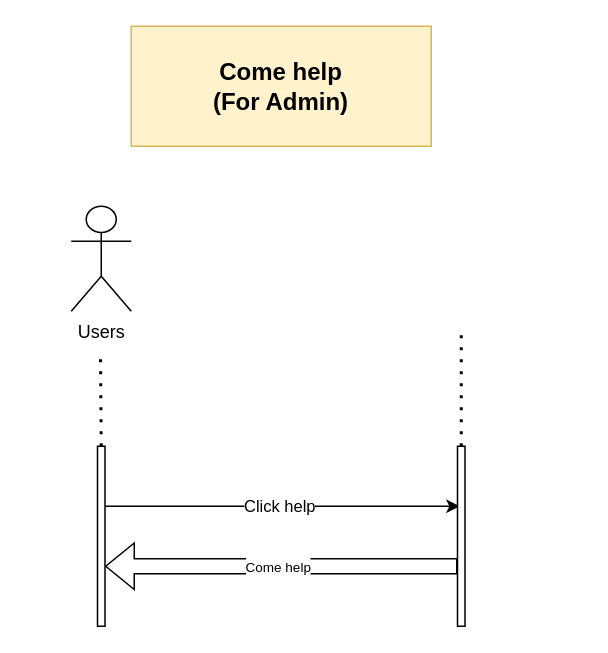
Above: page "Come help (For Admin)" (16 of 17) of StudtMate.drawio in ParkinnAuto/StudyMate (draw.io), before the change. Source tidied: cells renumbered, new cells numbered last; positions are measured from the earlier drawing's top-left corner, leaving out a move shared by most shapes. Both pictures are drawn from the tidied source at 150%, with x=0, y=0 at pixel (70, 26).
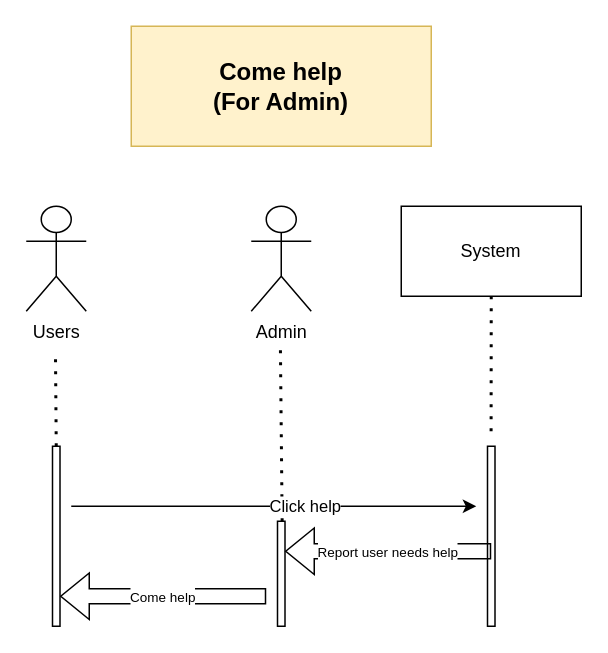
Above is the later version.

Diff of the diagram source:
```diff
@@
     <mxCell id="2" value="Users" style="shape=umlActor;verticalLabelPosition=bottom;verticalAlign=top;html=1;" parent="1" vertex="1">
-      <mxGeometry y="120" width="40" height="70" as="geometry" />
+      <mxGeometry x="-30" y="120" width="40" height="70" as="geometry" />
     </mxCell>
     <mxCell id="3" style="endArrow=none;dashed=1;html=1;dashPattern=1 3;strokeWidth=2;rounded=0;" parent="1" edge="1">
       <mxGeometry relative="1" as="geometry">
-        <mxPoint x="20" y="280" as="sourcePoint" />
-        <mxPoint x="19.5" y="220" as="targetPoint" />
+        <mxPoint x="-10" y="280" as="sourcePoint" />
+        <mxPoint x="-10.5" y="220" as="targetPoint" />
       </mxGeometry>
     </mxCell>
-    <mxCell id="4" style="endArrow=none;dashed=1;html=1;dashPattern=1 3;strokeWidth=2;rounded=0;entryX=0.5;entryY=1;entryDx=0;entryDy=0;" parent="1" edge="1">
+    <mxCell id="4" style="endArrow=none;dashed=1;html=1;dashPattern=1 3;strokeWidth=2;rounded=0;exitX=0.75;exitY=0;exitDx=0;exitDy=0;" parent="1" edge="1">
       <mxGeometry relative="1" as="geometry">
-        <mxPoint x="260" y="280" as="sourcePoint" />
-        <mxPoint x="260" y="200" as="targetPoint" />
+        <mxPoint x="140.6" y="330" as="sourcePoint" />
+        <mxPoint x="139.4" y="210" as="targetPoint" />
       </mxGeometry>
     </mxCell>
-    <mxCell id="5" style="endArrow=classic;html=1;rounded=0;exitX=0.913;exitY=0.167;exitDx=0;exitDy=0;exitPerimeter=0;entryX=0.5;entryY=0.167;entryDx=0;entryDy=0;entryPerimeter=0;" parent="1" edge="1">
+    <mxCell id="5" style="endArrow=classic;html=1;rounded=0;" parent="1" edge="1">
       <mxGeometry relative="1" as="geometry">
-        <mxPoint x="21" y="320" as="sourcePoint" />
-        <mxPoint x="259" y="320" as="targetPoint" />
+        <mxPoint y="320" as="sourcePoint" />
+        <mxPoint x="270" y="320" as="targetPoint" />
       </mxGeometry>
     </mxCell>
     <mxCell id="6" value="Click help" style="edgeLabel;html=1;align=center;verticalAlign=middle;" parent="5" vertex="1">
-      <mxGeometry x="-0.02" y="1" relative="1" as="geometry" />
+      <mxGeometry x="-0.02" y="1" relative="1" as="geometry">
+        <mxPoint x="23" as="offset" />
+      </mxGeometry>
     </mxCell>
-    <mxCell id="7" style="shape=flexArrow;endArrow=classic;html=1;rounded=0;entryX=1;entryY=0.75;entryDx=0;entryDy=0;exitX=0;exitY=0.75;exitDx=0;exitDy=0;" parent="1" edge="1">
+    <mxCell id="7" style="shape=flexArrow;endArrow=classic;html=1;rounded=0;" parent="1" edge="1">
       <mxGeometry relative="1" as="geometry">
-        <mxPoint x="257.5" y="360" as="sourcePoint" />
-        <mxPoint x="22.5" y="360" as="targetPoint" />
+        <mxPoint x="130" y="380" as="sourcePoint" />
+        <mxPoint x="-7.5" y="380" as="targetPoint" />
       </mxGeometry>
     </mxCell>
@@
     <mxCell id="9" style="rounded=0;whiteSpace=wrap;html=1;" parent="1" vertex="1">
-      <mxGeometry x="17.5" y="280" width="5" height="120" as="geometry" />
+      <mxGeometry x="-12.5" y="280" width="5" height="120" as="geometry" />
     </mxCell>
     <mxCell id="10" style="rounded=0;whiteSpace=wrap;html=1;" parent="1" vertex="1">
-      <mxGeometry x="257.5" y="280" width="5" height="120" as="geometry" />
+      <mxGeometry x="137.5" y="330" width="5" height="70" as="geometry" />
     </mxCell>
@@
+    <mxCell id="12" value="Admin" style="shape=umlActor;verticalLabelPosition=bottom;verticalAlign=top;html=1;" parent="1" vertex="1">
+      <mxGeometry x="120" y="120" width="40" height="70" as="geometry" />
+    </mxCell>
+    <mxCell id="13" value="System" style="rounded=0;whiteSpace=wrap;html=1;" parent="1" vertex="1">
+      <mxGeometry x="220" y="120" width="120" height="60" as="geometry" />
+    </mxCell>
+    <mxCell id="14" style="endArrow=none;dashed=1;html=1;dashPattern=1 3;strokeWidth=2;rounded=0;entryX=0.5;entryY=1;entryDx=0;entryDy=0;" parent="1" edge="1" target="13">
+      <mxGeometry relative="1" as="geometry">
+        <mxPoint x="279.9" y="270" as="sourcePoint" />
+      </mxGeometry>
+    </mxCell>
+    <mxCell id="15" style="rounded=0;whiteSpace=wrap;html=1;" parent="1" vertex="1">
+      <mxGeometry x="277.5" y="280" width="5" height="120" as="geometry" />
+    </mxCell>
+    <mxCell id="16" style="shape=flexArrow;endArrow=classic;html=1;rounded=0;" parent="1" edge="1">
+      <mxGeometry relative="1" as="geometry">
+        <mxPoint x="280" y="350" as="sourcePoint" />
+        <mxPoint x="142.5" y="350" as="targetPoint" />
+      </mxGeometry>
+    </mxCell>
+    <mxCell id="17" value="&lt;font style=&quot;font-size: 9px;&quot;&gt;Report user needs help&lt;/font&gt;" style="edgeLabel;html=1;align=center;verticalAlign=middle;" parent="16" vertex="1">
+      <mxGeometry x="0.02" y="-1" relative="1" as="geometry" />
+    </mxCell>
```
